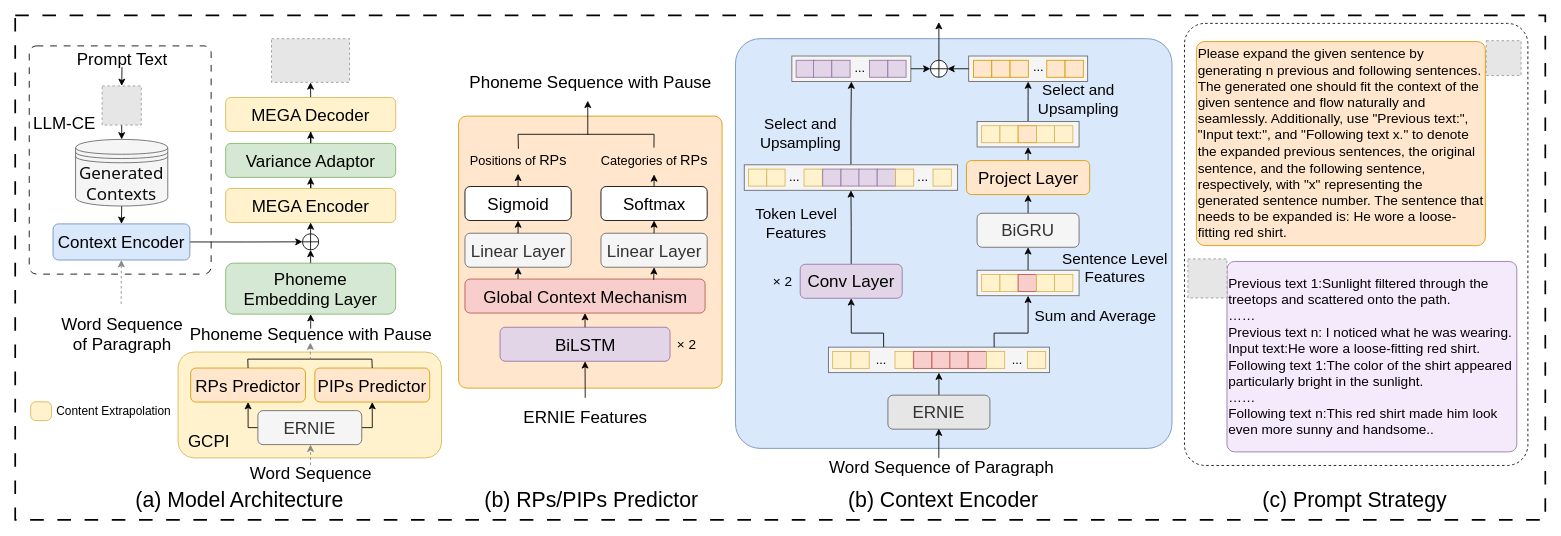
Above: Extra-TTS_Thesis.drawio in Solayanse/is2024 (draw.io), before the change. Source tidied: cells renumbered, new cells numbered last; positions are measured from the earlier drawing's top-left corner, leaving out a move shared by most shapes. Both pictures are drawn from the tidied source at 85%, with x=0, y=0 at pixel (14, 15). Pictures stored in the file or linked from it are replaced by grey dashed boxes.
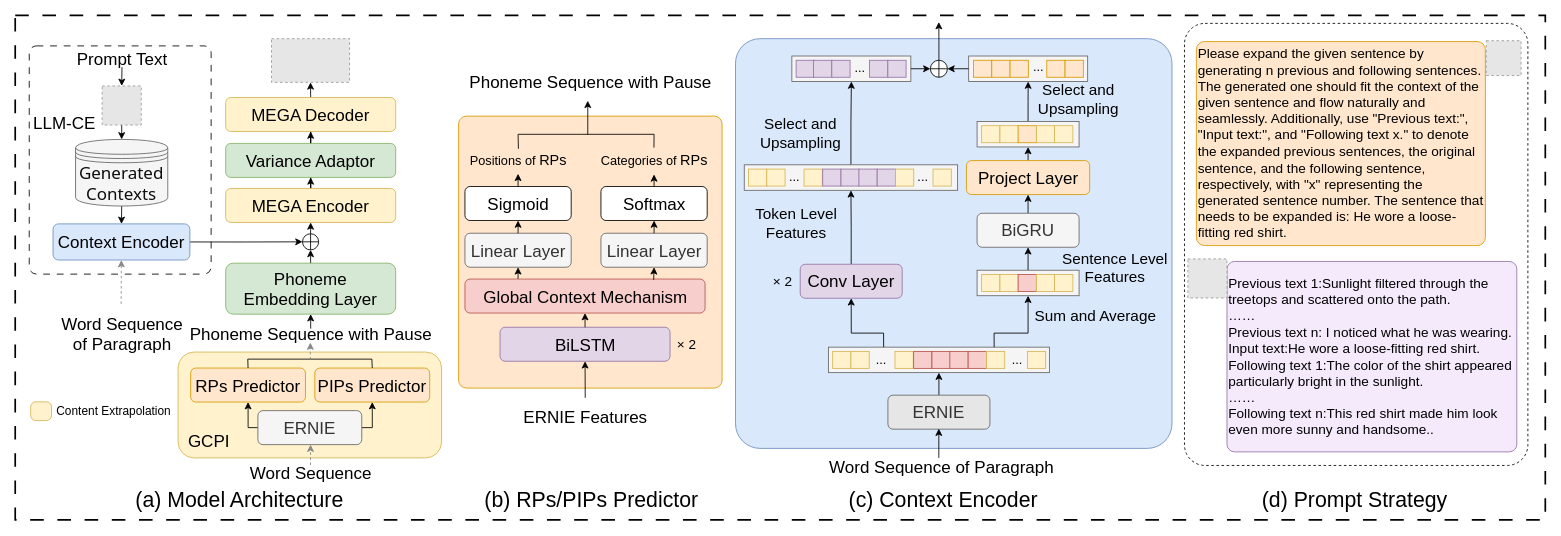
After the change.

Diff of the diagram source:
```diff
@@
-    <mxCell id="61" value="&lt;font style=&quot;font-size: 25px;&quot; face=&quot;Arial&quot;&gt;(b) Context Encoder&lt;/font&gt;" style="text;html=1;align=center;verticalAlign=middle;strokeColor=none;fillColor=none;" parent="1" vertex="1">
+    <mxCell id="61" value="&lt;font style=&quot;font-size: 25px;&quot; face=&quot;Arial&quot;&gt;(c) Context Encoder&lt;/font&gt;" style="text;html=1;align=center;verticalAlign=middle;strokeColor=none;fillColor=none;" parent="1" vertex="1">
       <mxGeometry x="967.1" y="548.4" width="250" height="40" as="geometry" />
     </mxCell>
-    <mxCell id="62" value="&lt;font style=&quot;font-size: 25px;&quot;&gt;&lt;font style=&quot;font-size: 25px;&quot; face=&quot;Arial&quot;&gt;(c) Prompt Strategy&lt;/font&gt;&lt;/font&gt;" style="text;html=1;align=center;verticalAlign=middle;strokeColor=none;fillColor=none;" parent="1" vertex="1">
+    <mxCell id="62" value="&lt;font style=&quot;font-size: 25px;&quot;&gt;&lt;font style=&quot;font-size: 25px;&quot; face=&quot;Arial&quot;&gt;(d) Prompt Strategy&lt;/font&gt;&lt;/font&gt;" style="text;html=1;align=center;verticalAlign=middle;strokeColor=none;fillColor=none;" parent="1" vertex="1">
       <mxGeometry x="1456" y="548.4" width="240" height="40" as="geometry" />
     </mxCell>
```
